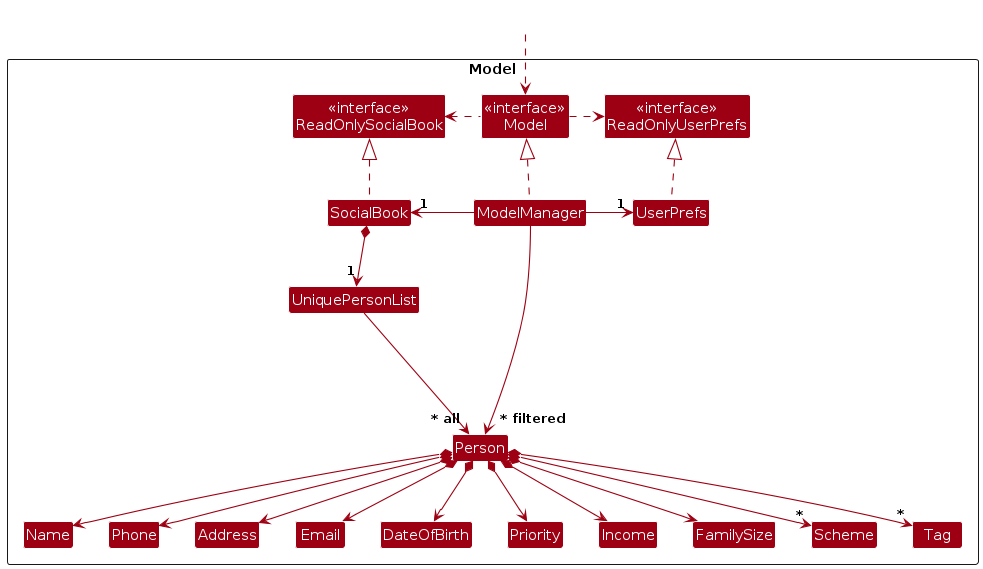
Before: diagrams/ModelClassDiagram.png, a diagram exported from PlantUML (AY2425S1-CS2103T-F14b-1/tp). Its source is kept beside it as diagrams/ModelClassDiagram.puml.
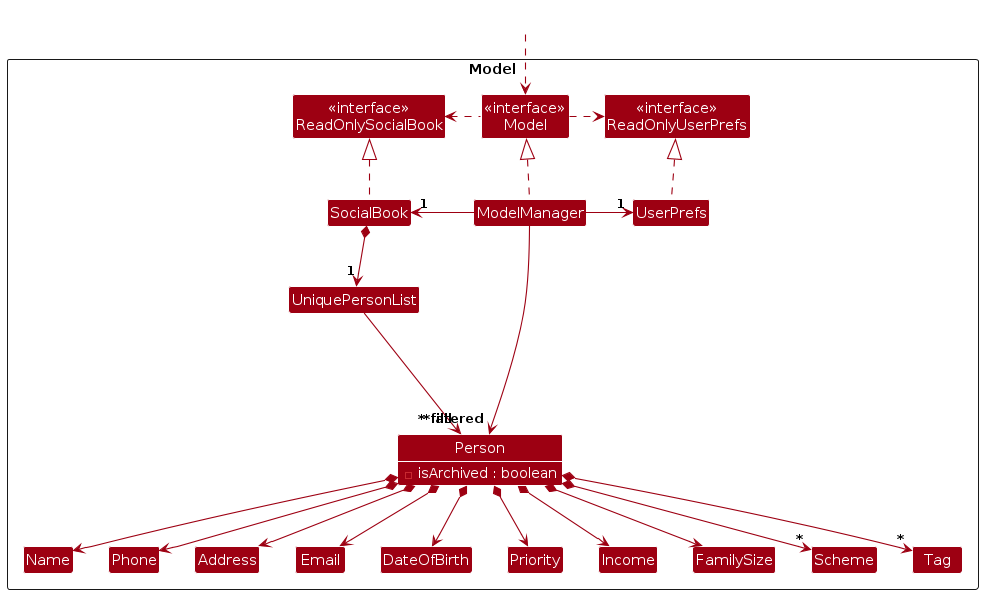
The same diagram one commit later.

Diff of the diagram source:
```diff
@@ -13,7 +13,9 @@
 Class UserPrefs
 
 Class UniquePersonList
-Class Person
+Class Person {
+    - isArchived : boolean
+}
 Class Name
 Class Phone
 Class Email
@@ -27,6 +29,8 @@
 
 Class I #FFFFFF
 }
+
+show Person fields
 
 Class HiddenOutside #FFFFFF
 HiddenOutside ..> Model
```
